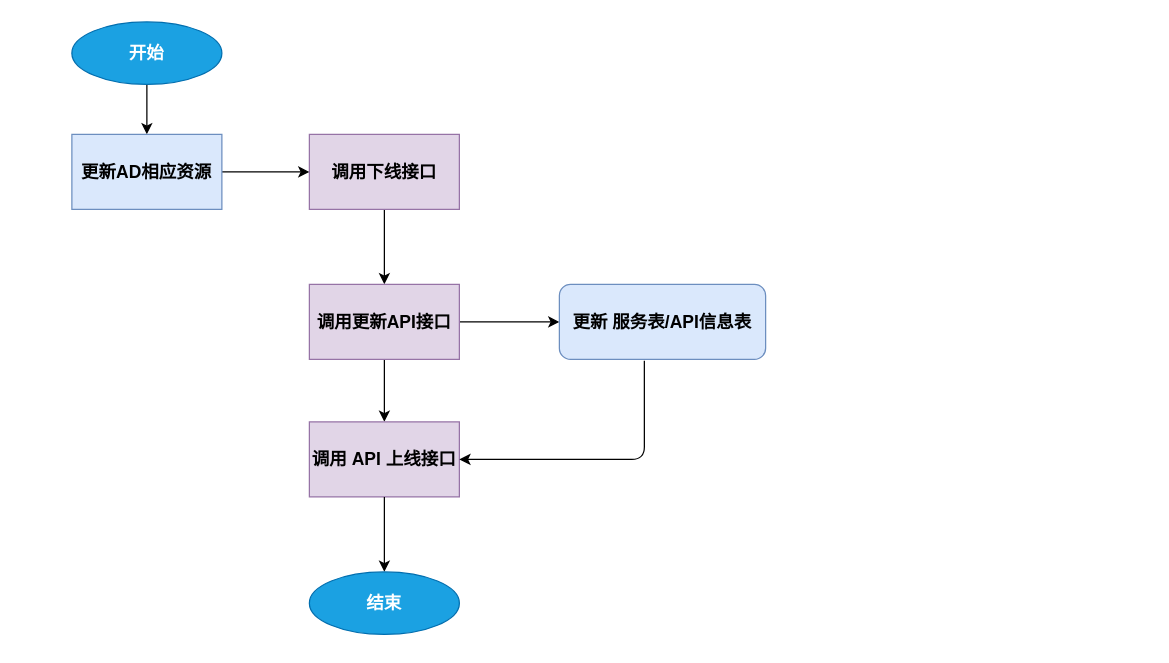
Earlier version of the draw.io diagram page "修改API服务流程" (2 of 6) of 国税总局迭代三设计.drawio (helemile/notes). Source tidied: cells renumbered, new cells numbered last; positions are measured from the earlier drawing's top-left corner, leaving out a move shared by most shapes. Both pictures are drawn from the tidied source at 125%, with x=0, y=0 at pixel (71, 21).
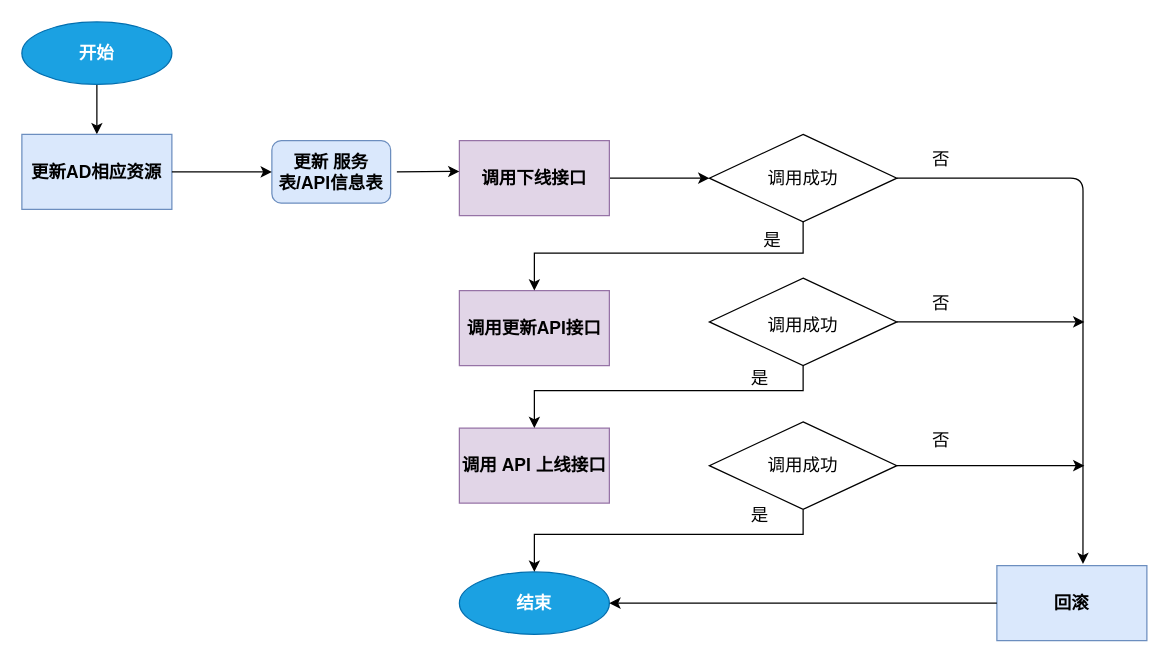
The same diagram, later.

Commit message:
Update 国税总局迭代三设计.drawio

The edit, as a diff of the source:
```diff
@@
-    <mxCell id="2" style="edgeStyle=orthogonalEdgeStyle;rounded=0;jettySize=auto;html=1;fontSize=14;entryX=0.5;entryY=0;entryDx=0;entryDy=0;" parent="1" edge="1" source="3" target="6">
-      <mxGeometry relative="1" as="geometry" />
-    </mxCell>
+    <mxCell id="16" style="edgeStyle=orthogonalEdgeStyle;rounded=0;jettySize=auto;html=1;fontSize=14;" parent="1" edge="1" source="3">
+      <mxGeometry relative="1" as="geometry">
+        <mxPoint x="510" y="125" as="targetPoint" />
+      </mxGeometry>
+    </mxCell>
     <mxCell id="3" value="调用下线接口" style="rounded=0;whiteSpace=wrap;html=1;fontSize=14;fillColor=#e1d5e7;strokeColor=#9673a6;fontStyle=1;" parent="1" vertex="1">
-      <mxGeometry x="190" y="90" width="120" height="60" as="geometry" />
+      <mxGeometry x="310" y="95" width="120" height="60" as="geometry" />
     </mxCell>
-    <mxCell id="4" style="edgeStyle=orthogonalEdgeStyle;rounded=0;jettySize=auto;html=1;fontSize=14;" parent="1" edge="1" source="6" target="14">
-      <mxGeometry relative="1" as="geometry" />
-    </mxCell>
-    <mxCell id="5" style="edgeStyle=orthogonalEdgeStyle;rounded=0;jettySize=auto;html=1;fontSize=14;" parent="1" edge="1" source="6" target="7">
-      <mxGeometry relative="1" as="geometry" />
-    </mxCell>
     <mxCell id="6" value="调用更新API接口" style="rounded=0;whiteSpace=wrap;html=1;fontSize=14;fontStyle=1;fillColor=#e1d5e7;strokeColor=#9673a6;" parent="1" vertex="1">
-      <mxGeometry x="190" y="210" width="120" height="60" as="geometry" />
+      <mxGeometry x="310" y="215" width="120" height="60" as="geometry" />
     </mxCell>
     <mxCell id="7" value="调用 API 上线接口" style="rounded=0;whiteSpace=wrap;html=1;fontSize=14;fontStyle=1;fillColor=#e1d5e7;strokeColor=#9673a6;" parent="1" vertex="1">
-      <mxGeometry x="190" y="320" width="120" height="60" as="geometry" />
+      <mxGeometry x="310" y="325" width="120" height="60" as="geometry" />
     </mxCell>
-    <mxCell id="8" style="edgeStyle=orthogonalEdgeStyle;rounded=0;jettySize=auto;html=1;fontSize=14;fontStyle=1;exitX=0.5;exitY=1;exitDx=0;exitDy=0;" parent="1" edge="1" source="7" target="11">
-      <mxGeometry relative="1" as="geometry" />
-    </mxCell>
@@
     <mxCell id="10" value="开始" style="ellipse;whiteSpace=wrap;html=1;fontSize=14;fillColor=#1ba1e2;strokeColor=#006EAF;fontColor=#ffffff;fontStyle=1;" parent="1" vertex="1">
-      <mxGeometry width="120" height="50" as="geometry" />
+      <mxGeometry x="-40" width="120" height="50" as="geometry" />
     </mxCell>
     <mxCell id="11" value="结束" style="ellipse;whiteSpace=wrap;html=1;fontSize=14;fillColor=#1ba1e2;strokeColor=#006EAF;fontColor=#ffffff;fontStyle=1;" parent="1" vertex="1">
-      <mxGeometry x="190" y="440" width="120" height="50" as="geometry" />
+      <mxGeometry x="310" y="440" width="120" height="50" as="geometry" />
     </mxCell>
-    <mxCell id="12" style="edgeStyle=orthogonalEdgeStyle;rounded=0;jettySize=auto;html=1;fontSize=14;fontStyle=1;" parent="1" edge="1" source="13" target="3">
-      <mxGeometry relative="1" as="geometry" />
-    </mxCell>
     <mxCell id="13" value="更新AD相应资源" style="rounded=0;whiteSpace=wrap;html=1;fontSize=14;fillColor=#dae8fc;strokeColor=#6c8ebf;fontStyle=1;" parent="1" vertex="1">
-      <mxGeometry y="90" width="120" height="60" as="geometry" />
+      <mxGeometry x="-40" y="90" width="120" height="60" as="geometry" />
     </mxCell>
+    <mxCell id="17" style="edgeStyle=orthogonalEdgeStyle;rounded=0;jettySize=auto;html=1;fontSize=14;" parent="1" edge="1" source="18">
+      <mxGeometry relative="1" as="geometry">
+        <mxPoint x="370" y="215" as="targetPoint" />
+        <Array as="points">
+          <mxPoint x="585" y="185" />
+          <mxPoint x="370" y="185" />
+          <mxPoint x="370" y="215" />
+        </Array>
+      </mxGeometry>
+    </mxCell>
+    <mxCell id="18" style="rhombus;whiteSpace=wrap;html=1;fontSize=14;align=left;" parent="1" vertex="1">
+      <mxGeometry x="510" y="90" width="150" height="70" as="geometry" />
+    </mxCell>
+    <mxCell id="19" value="调用成功" style="text;html=1;strokeColor=none;fillColor=none;align=center;verticalAlign=middle;whiteSpace=wrap;rounded=0;fontSize=14;" parent="1" vertex="1">
+      <mxGeometry x="545" y="115" width="80" height="20" as="geometry" />
+    </mxCell>
+    <mxCell id="20" value="回滚" style="rounded=0;whiteSpace=wrap;html=1;fontSize=14;fillColor=#dae8fc;strokeColor=#6c8ebf;fontStyle=1;" parent="1" vertex="1">
+      <mxGeometry x="740" y="435" width="120" height="60" as="geometry" />
+    </mxCell>
+    <mxCell id="21" style="rhombus;whiteSpace=wrap;html=1;fontSize=14;align=left;" parent="1" vertex="1">
+      <mxGeometry x="510" y="205" width="150" height="70" as="geometry" />
+    </mxCell>
+    <mxCell id="22" value="调用成功" style="text;html=1;strokeColor=none;fillColor=none;align=center;verticalAlign=middle;whiteSpace=wrap;rounded=0;fontSize=14;" parent="1" vertex="1">
+      <mxGeometry x="550" y="230" width="70" height="25" as="geometry" />
+    </mxCell>
+    <mxCell id="23" style="edgeStyle=orthogonalEdgeStyle;rounded=0;orthogonalLoop=1;jettySize=auto;html=1;fontSize=14;" parent="1" edge="1">
+      <mxGeometry relative="1" as="geometry">
+        <mxPoint x="585" y="275" as="sourcePoint" />
+        <mxPoint x="370" y="325" as="targetPoint" />
+        <Array as="points">
+          <mxPoint x="585" y="295" />
+          <mxPoint x="370" y="295" />
+          <mxPoint x="370" y="325" />
+        </Array>
+      </mxGeometry>
+    </mxCell>
+    <mxCell id="24" style="rhombus;whiteSpace=wrap;html=1;fontSize=14;align=left;" parent="1" vertex="1">
+      <mxGeometry x="510" y="320" width="150" height="70" as="geometry" />
+    </mxCell>
+    <mxCell id="25" style="edgeStyle=orthogonalEdgeStyle;rounded=0;orthogonalLoop=1;jettySize=auto;html=1;fontSize=14;" parent="1" edge="1">
+      <mxGeometry relative="1" as="geometry">
+        <mxPoint x="585" y="390" as="sourcePoint" />
+        <mxPoint x="370" y="440" as="targetPoint" />
+        <Array as="points">
+          <mxPoint x="585" y="410" />
+          <mxPoint x="370" y="410" />
+          <mxPoint x="370" y="440" />
+        </Array>
+      </mxGeometry>
+    </mxCell>
+    <mxCell id="26" value="调用成功" style="text;html=1;strokeColor=none;fillColor=none;align=center;verticalAlign=middle;whiteSpace=wrap;rounded=0;fontSize=14;" parent="1" vertex="1">
+      <mxGeometry x="550" y="342.5" width="70" height="25" as="geometry" />
+    </mxCell>
+    <mxCell id="27" value="是" style="text;html=1;align=center;verticalAlign=middle;strokeColor=none;fontSize=14;" parent="1" vertex="1">
+      <mxGeometry x="545" y="165" width="30" height="20" as="geometry" />
+    </mxCell>
+    <mxCell id="28" value="是" style="text;html=1;align=center;verticalAlign=middle;strokeColor=none;fontSize=14;" parent="1" vertex="1">
+      <mxGeometry x="535" y="275" width="30" height="20" as="geometry" />
+    </mxCell>
+    <mxCell id="29" value="是" style="text;html=1;align=center;verticalAlign=middle;strokeColor=none;fontSize=14;" parent="1" vertex="1">
+      <mxGeometry x="535" y="385" width="30" height="20" as="geometry" />
+    </mxCell>
+    <mxCell id="30" style="endArrow=classic;html=1;fontSize=14;exitX=1;exitY=0.5;exitDx=0;exitDy=0;entryX=0.574;entryY=-0.022;entryDx=0;entryDy=0;entryPerimeter=0;edgeStyle=orthogonalEdgeStyle;" parent="1" edge="1" source="18" target="20">
+      <mxGeometry relative="1" as="geometry" />
+    </mxCell>
+    <mxCell id="31" style="endArrow=classic;html=1;fontSize=14;exitX=1;exitY=0.5;exitDx=0;exitDy=0;" parent="1" edge="1" source="21">
+      <mxGeometry relative="1" as="geometry">
+        <mxPoint x="810" y="240" as="targetPoint" />
+      </mxGeometry>
+    </mxCell>
+    <mxCell id="32" style="endArrow=classic;html=1;fontSize=14;exitX=1;exitY=0.5;exitDx=0;exitDy=0;" parent="1" edge="1" source="24">
+      <mxGeometry relative="1" as="geometry">
+        <mxPoint x="810" y="355" as="targetPoint" />
+      </mxGeometry>
+    </mxCell>
     <mxCell id="14" value="更新 服务表/API信息表" style="rounded=1;whiteSpace=wrap;html=1;fontSize=14;fontStyle=1;fillColor=#dae8fc;strokeColor=#6c8ebf;" parent="1" vertex="1">
-      <mxGeometry x="390" y="210" width="165" height="60" as="geometry" />
+      <mxGeometry x="160" y="95" width="95" height="50" as="geometry" />
     </mxCell>
-    <mxCell id="15" style="endArrow=classic;html=1;fontSize=14;exitX=0.412;exitY=1.017;exitDx=0;exitDy=0;exitPerimeter=0;edgeStyle=orthogonalEdgeStyle;entryX=1;entryY=0.5;entryDx=0;entryDy=0;" parent="1" edge="1" source="14" target="7">
-      <mxGeometry relative="1" as="geometry">
-        <Array as="points">
-          <mxPoint x="458" y="350" />
-        </Array>
-      </mxGeometry>
-    </mxCell>
+    <mxCell id="33" style="endArrow=classic;html=1;fontSize=14;exitX=1;exitY=0.5;exitDx=0;exitDy=0;entryX=0;entryY=0.5;entryDx=0;entryDy=0;" parent="1" edge="1" source="13" target="14">
+      <mxGeometry relative="1" as="geometry" />
+    </mxCell>
+    <mxCell id="34" style="endArrow=classic;html=1;fontSize=14;entryX=0;entryY=0.5;entryDx=0;entryDy=0;" parent="1" edge="1">
+      <mxGeometry relative="1" as="geometry">
+        <mxPoint x="260" y="120" as="sourcePoint" />
+        <mxPoint x="310" y="119.6" as="targetPoint" />
+      </mxGeometry>
+    </mxCell>
+    <mxCell id="35" style="endArrow=classic;html=1;fontSize=14;exitX=0;exitY=0.5;exitDx=0;exitDy=0;entryX=1;entryY=0.5;entryDx=0;entryDy=0;" parent="1" edge="1" source="20" target="11">
+      <mxGeometry relative="1" as="geometry" />
+    </mxCell>
+    <mxCell id="36" value="否" style="text;html=1;align=center;verticalAlign=middle;strokeColor=none;fontSize=14;" parent="1" vertex="1">
+      <mxGeometry x="680" y="100" width="30" height="20" as="geometry" />
+    </mxCell>
+    <mxCell id="37" value="否" style="text;html=1;align=center;verticalAlign=middle;strokeColor=none;fontSize=14;" parent="1" vertex="1">
+      <mxGeometry x="680" y="215" width="30" height="20" as="geometry" />
+    </mxCell>
+    <mxCell id="38" value="否" style="text;html=1;align=center;verticalAlign=middle;strokeColor=none;fontSize=14;" parent="1" vertex="1">
+      <mxGeometry x="680" y="325" width="30" height="20" as="geometry" />
+    </mxCell>
```
